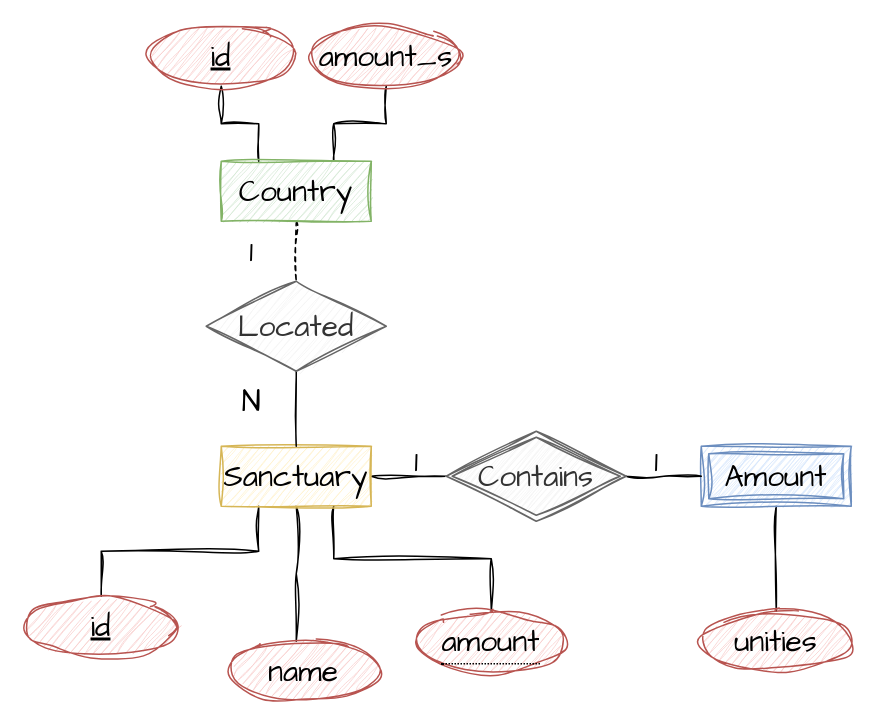
rafaelngoncalves5/elephant-api keeps this draw.io diagram as docs/ERD.drawio. Above is the earlier version. Source tidied: cells renumbered, new cells numbered last; positions are measured from the earlier drawing's top-left corner, leaving out a move shared by most shapes. Both pictures are drawn from the tidied source at 150%, with x=0, y=0 at pixel (26, 26).
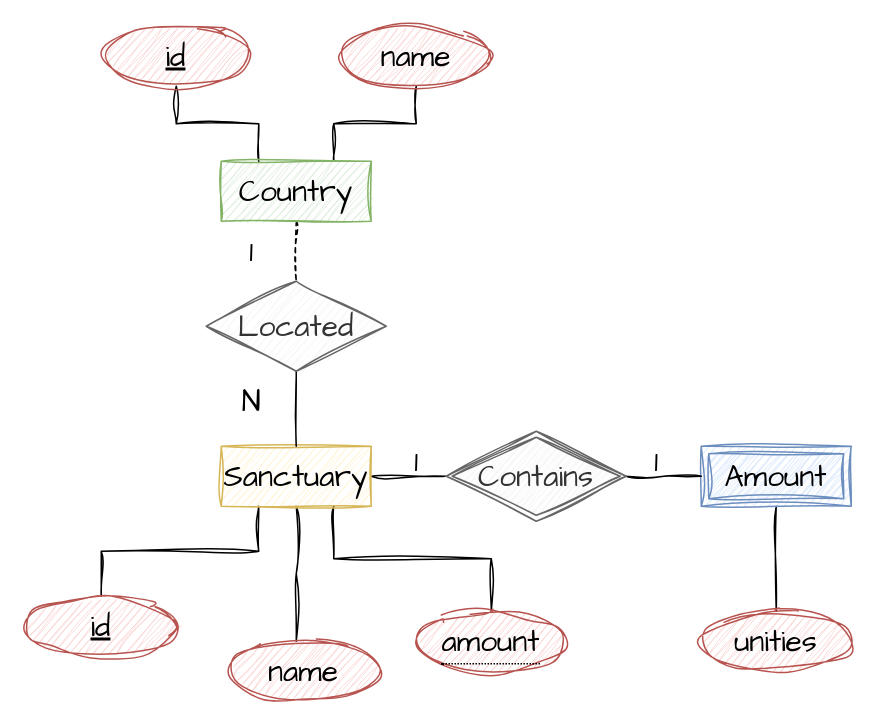
The same diagram, later.

Diff of the diagram source:
```diff
@@
     <mxCell id="22" value="id" style="ellipse;whiteSpace=wrap;html=1;align=center;fontStyle=4;sketch=1;hachureGap=4;jiggle=2;curveFitting=1;fontFamily=Architects Daughter;fontSize=20;fillColor=#f8cecc;strokeColor=#b85450;" parent="1" vertex="1">
-      <mxGeometry x="80" width="100" height="40" as="geometry" />
+      <mxGeometry x="50" width="100" height="40" as="geometry" />
     </mxCell>
@@
-    <mxCell id="25" value="amount_s" style="ellipse;whiteSpace=wrap;html=1;align=center;sketch=1;hachureGap=4;jiggle=2;curveFitting=1;fontFamily=Architects Daughter;fontSize=20;fillColor=#f8cecc;strokeColor=#b85450;" parent="1" vertex="1">
-      <mxGeometry x="190" width="100" height="40" as="geometry" />
+    <mxCell id="25" value="name" style="ellipse;whiteSpace=wrap;html=1;align=center;sketch=1;hachureGap=4;jiggle=2;curveFitting=1;fontFamily=Architects Daughter;fontSize=20;fillColor=#f8cecc;strokeColor=#b85450;" parent="1" vertex="1">
+      <mxGeometry x="210" width="100" height="40" as="geometry" />
     </mxCell>
```
